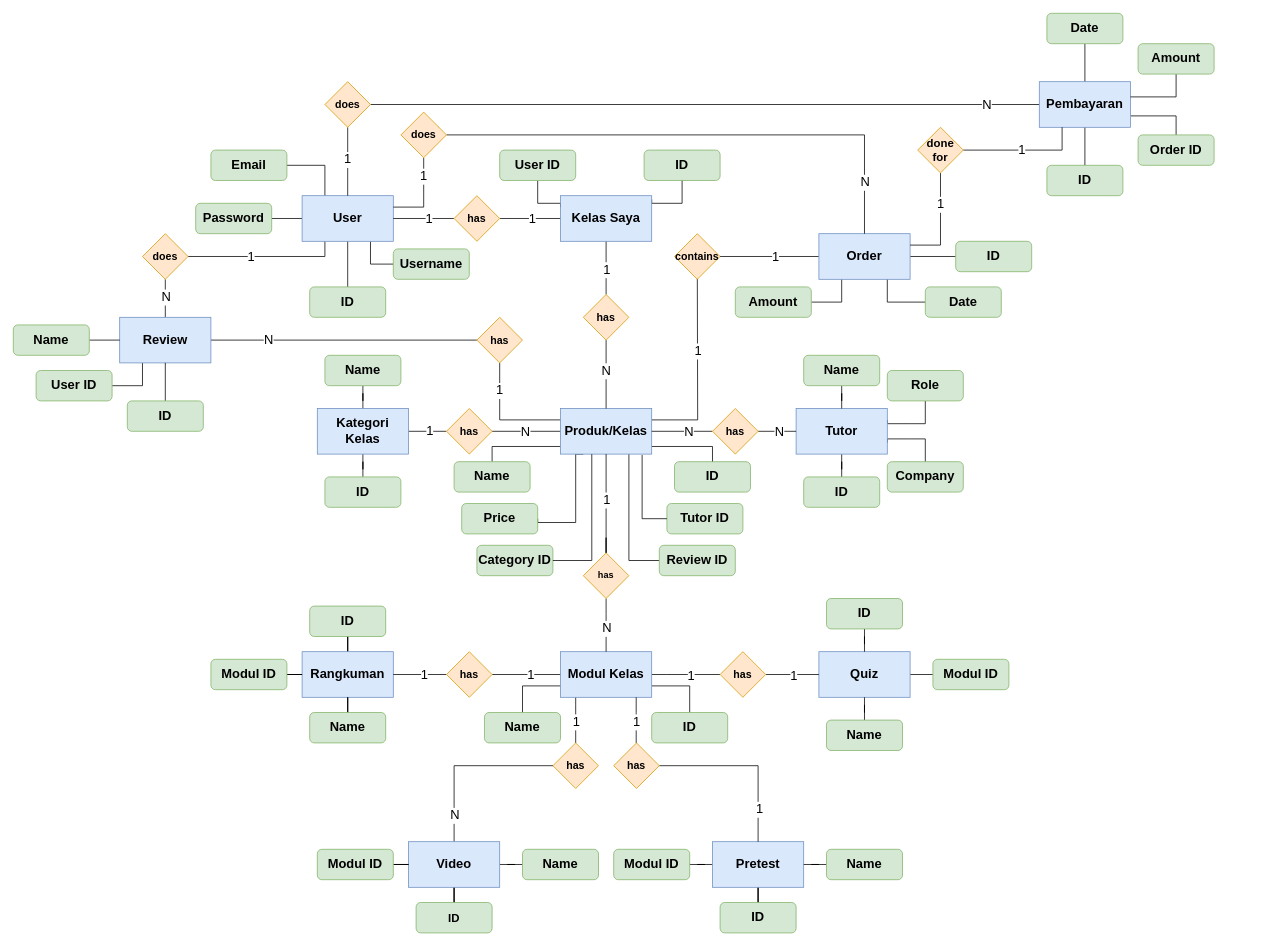
Earlier version of the draw.io diagram ERD VideoBelajar.drawio (dinowidyap15/VideoBelajar). Source tidied: cells renumbered, new cells numbered last; positions are measured from the earlier drawing's top-left corner, leaving out a move shared by most shapes. Both pictures are drawn from the tidied source at 76%, with x=0, y=0 at pixel (13, 13).
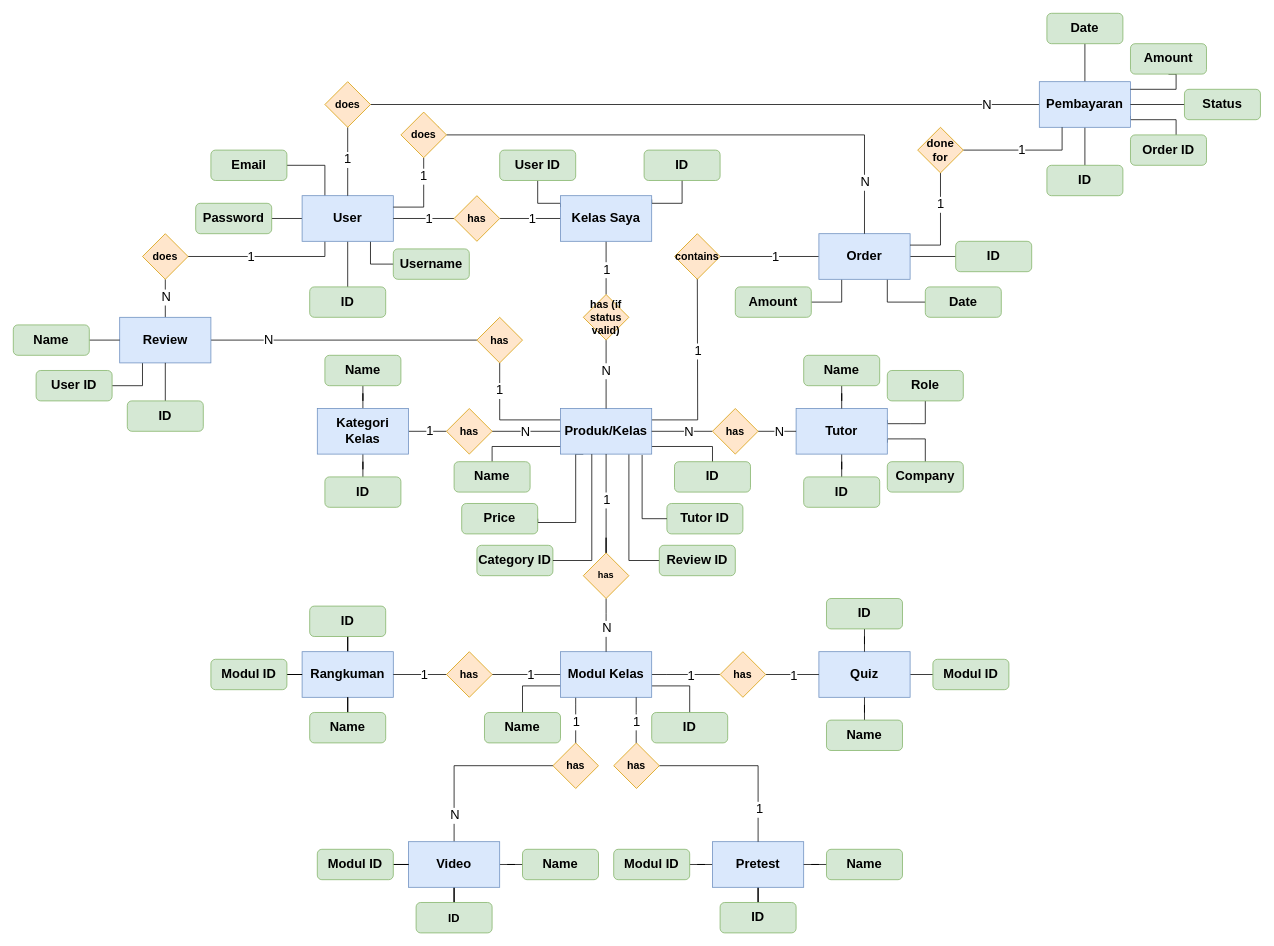
After the change.

Unchanged cells that the change refers to:
```xml
<mxCell id="133" value="&lt;font style=&quot;font-size: 17px;&quot;&gt;&lt;b&gt;Pembayaran&lt;/b&gt;&lt;/font&gt;" style="rounded=0;whiteSpace=wrap;html=1;fillColor=#dae8fc;strokeColor=#6c8ebf;" parent="1" vertex="1">
  <mxGeometry x="1350" y="90" width="120" height="60" as="geometry" />
</mxCell>
```

Change to the diagram source:
```diff
@@
-    <mxCell id="71" value="&lt;font style=&quot;font-size: 14px;&quot;&gt;&lt;b&gt;has&lt;/b&gt;&lt;/font&gt;" style="rhombus;whiteSpace=wrap;html=1;fillColor=#ffe6cc;strokeColor=#d79b00;" parent="1" vertex="1">
+    <mxCell id="71" value="&lt;font style=&quot;font-size: 14px;&quot;&gt;&lt;b&gt;has (if status valid)&lt;/b&gt;&lt;/font&gt;" style="rhombus;whiteSpace=wrap;html=1;fillColor=#ffe6cc;strokeColor=#d79b00;" parent="1" vertex="1">
       <mxGeometry x="750" y="370" width="60" height="60" as="geometry" />
     </mxCell>
@@
     <mxCell id="132" style="edgeStyle=orthogonalEdgeStyle;rounded=0;jettySize=auto;html=1;exitX=1;exitY=0.75;exitDx=0;exitDy=0;fontFamily=Helvetica;fontSize=12;fontColor=default;endArrow=none;endFill=0;" parent="1" edge="1" source="133" target="171">
-      <mxGeometry relative="1" as="geometry" />
+      <mxGeometry relative="1" as="geometry">
+        <Array as="points">
+          <mxPoint x="1470" y="140" />
+          <mxPoint x="1530" y="140" />
+        </Array>
+      </mxGeometry>
     </mxCell>
@@
     <mxCell id="157" style="edgeStyle=orthogonalEdgeStyle;rounded=0;jettySize=auto;html=1;fontFamily=Helvetica;fontSize=12;fontColor=default;endArrow=none;endFill=0;exitX=0.5;exitY=1;exitDx=0;exitDy=0;" parent="1" edge="1" source="158" target="133">
       <mxGeometry relative="1" as="geometry">
         <Array as="points">
-          <mxPoint x="1530" y="110" />
+          <mxPoint x="1530" y="100" />
         </Array>
       </mxGeometry>
     </mxCell>
     <mxCell id="158" value="&lt;font style=&quot;font-size: 17px;&quot;&gt;&lt;b&gt;Amount&lt;/b&gt;&lt;/font&gt;" style="rounded=1;whiteSpace=wrap;html=1;fillColor=#d5e8d4;strokeColor=#82b366;" parent="1" vertex="1">
-      <mxGeometry x="1480" y="40" width="100" height="40" as="geometry" />
+      <mxGeometry x="1470" y="40" width="100" height="40" as="geometry" />
     </mxCell>
@@
     <mxCell id="171" value="&lt;font style=&quot;font-size: 17px;&quot;&gt;&lt;b&gt;Order ID&lt;/b&gt;&lt;/font&gt;" style="rounded=1;whiteSpace=wrap;html=1;fillColor=#d5e8d4;strokeColor=#82b366;" parent="1" vertex="1">
-      <mxGeometry x="1480" y="160" width="100" height="40" as="geometry" />
+      <mxGeometry x="1470" y="160" width="100" height="40" as="geometry" />
     </mxCell>
@@
+    <mxCell id="181" style="edgeStyle=orthogonalEdgeStyle;rounded=0;jettySize=auto;html=1;endArrow=none;endFill=0;" parent="1" edge="1" source="182" target="133">
+      <mxGeometry relative="1" as="geometry" />
+    </mxCell>
+    <mxCell id="182" value="&lt;font style=&quot;font-size: 17px;&quot;&gt;&lt;b&gt;Status&lt;/b&gt;&lt;/font&gt;" style="rounded=1;whiteSpace=wrap;html=1;fillColor=#d5e8d4;strokeColor=#82b366;" parent="1" vertex="1">
+      <mxGeometry x="1541" y="100" width="100" height="40" as="geometry" />
+    </mxCell>
```
